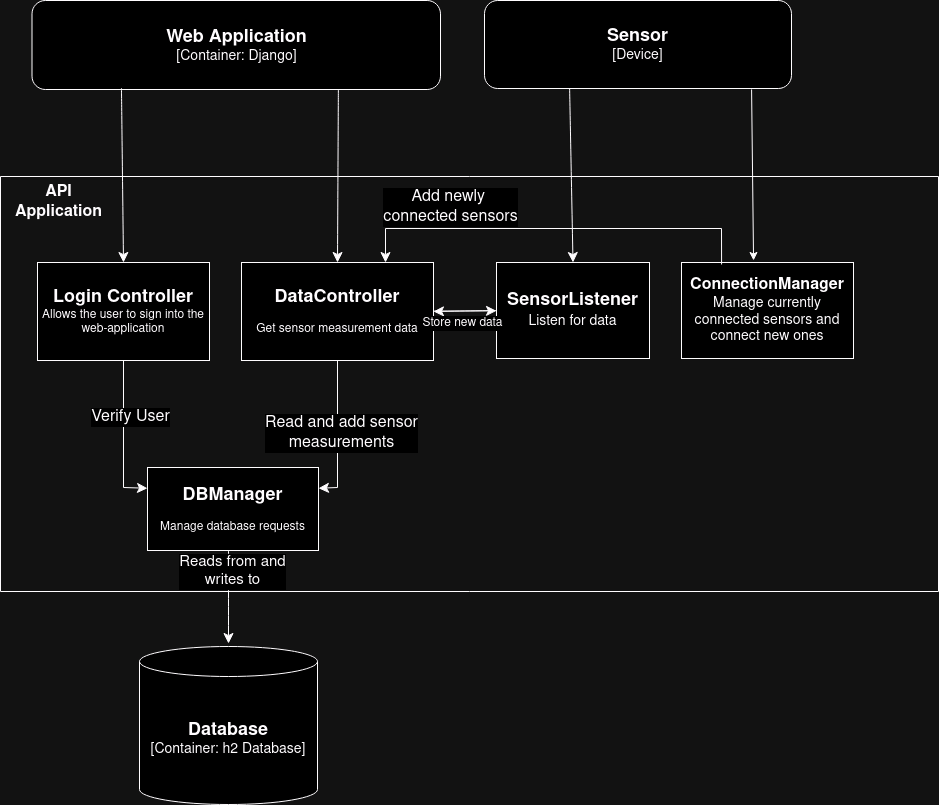
PZSP24Z11/sensor keeps this draw.io diagram as docs/c4_components.png. Above is the earlier version. Source tidied: cells renumbered, new cells last; positions are measured from the earlier drawing's top-left corner, leaving out a move shared by most shapes.
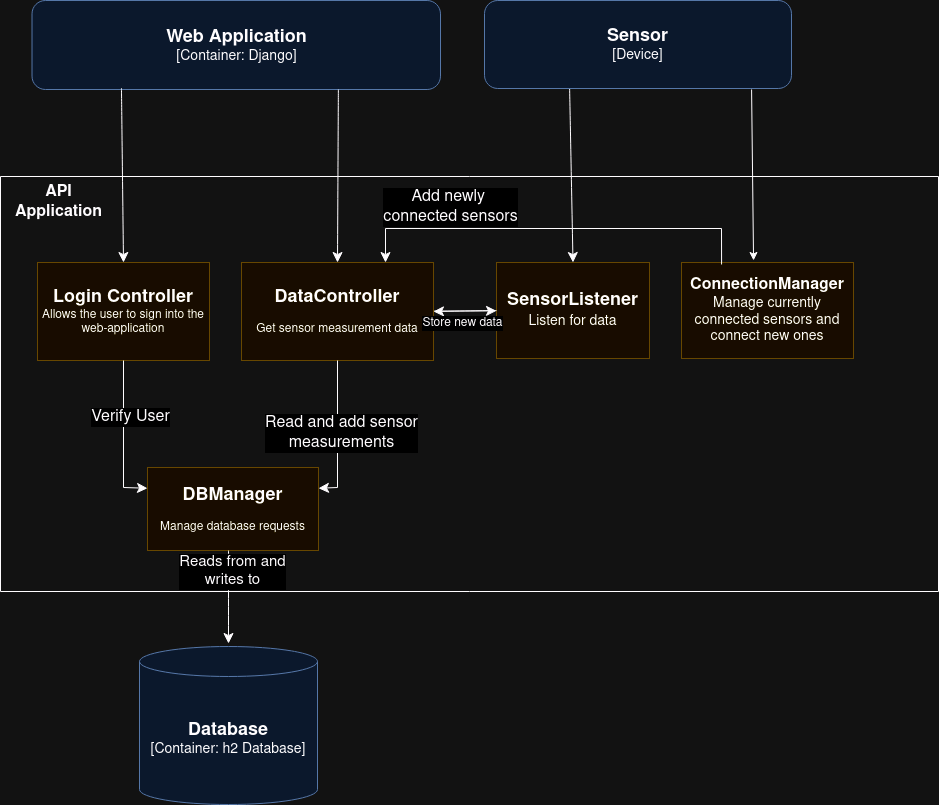
Later version of the same file.

Commit message:
docs: better readability of docs

Change to the diagram source:
```diff
@@ -7,7 +7,7 @@
         <mxPoint x="569" y="82" as="sourcePoint" />
       </mxGeometry>
     </mxCell>
-    <mxCell id="3" value="&lt;div&gt;&lt;font size=&quot;1&quot;&gt;&lt;b style=&quot;font-size: 18px;&quot;&gt;Web Application&lt;/b&gt;&lt;br&gt;&lt;/font&gt;&lt;/div&gt;&lt;div style=&quot;font-size: 14px;&quot;&gt;&lt;font style=&quot;font-size: 14px;&quot;&gt;[Container: Django]&lt;br&gt;&lt;/font&gt;&lt;/div&gt;" style="rounded=1;whiteSpace=wrap;html=1;" parent="1" vertex="1">
+    <mxCell id="3" value="&lt;div&gt;&lt;font size=&quot;1&quot;&gt;&lt;b style=&quot;font-size: 18px;&quot;&gt;Web Application&lt;/b&gt;&lt;br&gt;&lt;/font&gt;&lt;/div&gt;&lt;div style=&quot;font-size: 14px;&quot;&gt;&lt;font style=&quot;font-size: 14px;&quot;&gt;[Container: Django]&lt;br&gt;&lt;/font&gt;&lt;/div&gt;" style="rounded=1;whiteSpace=wrap;html=1;fillColor=#dae8fc;strokeColor=#6c8ebf;" parent="1" vertex="1">
       <mxGeometry x="31.5" width="408.5" height="89" as="geometry" />
     </mxCell>
     <mxCell id="4" style="endArrow=classic;html=1;rounded=0;fontSize=12;startSize=8;endSize=8;curved=1;exitX=0.219;exitY=0.984;exitDx=0;exitDy=0;entryX=0.5;entryY=0;entryDx=0;entryDy=0;exitPerimeter=0;" parent="1" edge="1" source="3" target="6">
@@ -16,7 +16,7 @@
     <mxCell id="5" style="swimlane;startSize=0;" parent="1" vertex="1">
       <mxGeometry y="176" width="938" height="415" as="geometry" />
     </mxCell>
-    <mxCell id="6" value="&lt;div style=&quot;font-size: 18px;&quot;&gt;&lt;b&gt;Login Controller&lt;/b&gt;&lt;/div&gt;&lt;div style=&quot;&quot;&gt;Allows the user to sign into the web-application&lt;br&gt;&lt;/div&gt;" style="rounded=0;whiteSpace=wrap;html=1;" parent="5" vertex="1">
+    <mxCell id="6" value="&lt;div style=&quot;font-size: 18px;&quot;&gt;&lt;b&gt;Login Controller&lt;/b&gt;&lt;/div&gt;&lt;div style=&quot;&quot;&gt;Allows the user to sign into the web-application&lt;br&gt;&lt;/div&gt;" style="rounded=0;whiteSpace=wrap;html=1;fillColor=#fff2cc;strokeColor=#d6b656;" parent="5" vertex="1">
       <mxGeometry x="37" y="86" width="172" height="98" as="geometry" />
     </mxCell>
     <mxCell id="7" value="&lt;b&gt;API Application&lt;/b&gt;" style="text;html=1;align=center;verticalAlign=middle;whiteSpace=wrap;rounded=0;fontSize=16;" parent="5" vertex="1">
@@ -25,10 +25,10 @@
     <mxCell id="8" style="edgeStyle=none;curved=1;rounded=0;jettySize=auto;html=1;fontSize=12;startSize=8;endSize=8;" parent="5" edge="1" source="9" target="18">
       <mxGeometry relative="1" as="geometry" />
     </mxCell>
-    <mxCell id="9" value="&lt;div&gt;&lt;font style=&quot;font-size: 18px;&quot;&gt;&lt;b&gt;DataController&lt;/b&gt;&lt;/font&gt;&lt;/div&gt;&lt;br&gt;Get sensor measurement data" style="rounded=0;whiteSpace=wrap;html=1;" parent="5" vertex="1">
+    <mxCell id="9" value="&lt;div&gt;&lt;font style=&quot;font-size: 18px;&quot;&gt;&lt;b&gt;DataController&lt;/b&gt;&lt;/font&gt;&lt;/div&gt;&lt;br&gt;Get sensor measurement data" style="rounded=0;whiteSpace=wrap;html=1;fillColor=#fff2cc;strokeColor=#d6b656;" parent="5" vertex="1">
       <mxGeometry x="241" y="86" width="192" height="98" as="geometry" />
     </mxCell>
-    <mxCell id="10" value="&lt;div&gt;&lt;b style=&quot;font-size: 18px;&quot;&gt;DBManager&lt;/b&gt;&lt;/div&gt;&lt;br&gt;Manage database requests" style="rounded=0;whiteSpace=wrap;html=1;" parent="5" vertex="1">
+    <mxCell id="10" value="&lt;div&gt;&lt;b style=&quot;font-size: 18px;&quot;&gt;DBManager&lt;/b&gt;&lt;/div&gt;&lt;br&gt;Manage database requests" style="rounded=0;whiteSpace=wrap;html=1;fillColor=#fff2cc;strokeColor=#d6b656;" parent="5" vertex="1">
       <mxGeometry x="147" y="291" width="171" height="83" as="geometry" />
     </mxCell>
     <mxCell id="11" style="endArrow=classic;html=1;rounded=0;fontSize=12;startSize=8;endSize=8;curved=0;exitX=0.5;exitY=1;exitDx=0;exitDy=0;entryX=0;entryY=0.25;entryDx=0;entryDy=0;" parent="5" edge="1" source="6" target="10">
@@ -53,7 +53,7 @@
     <mxCell id="14" value="&lt;div style=&quot;font-size: 16px;&quot;&gt;&lt;font style=&quot;font-size: 16px;&quot;&gt;Read and add sensor&lt;/font&gt;&lt;/div&gt;&lt;div style=&quot;font-size: 16px;&quot;&gt;&lt;font style=&quot;font-size: 16px;&quot;&gt;measurements&lt;/font&gt;&lt;/div&gt;" style="edgeLabel;html=1;align=center;verticalAlign=middle;fontSize=12;" parent="13" vertex="1">
       <mxGeometry x="-0.01" y="3" relative="1" as="geometry" />
     </mxCell>
-    <mxCell id="15" value="&lt;div&gt;&lt;b&gt;&lt;font style=&quot;font-size: 16px;&quot;&gt;ConnectionManager&lt;/font&gt;&lt;br&gt;&lt;/b&gt;&lt;/div&gt;&lt;div style=&quot;font-size: 14px;&quot;&gt;Manage currently connected sensors and connect new ones&lt;b&gt;&lt;br&gt;&lt;/b&gt;&lt;/div&gt;" style="rounded=0;whiteSpace=wrap;html=1;" parent="5" vertex="1">
+    <mxCell id="15" value="&lt;div&gt;&lt;b&gt;&lt;font style=&quot;font-size: 16px;&quot;&gt;ConnectionManager&lt;/font&gt;&lt;br&gt;&lt;/b&gt;&lt;/div&gt;&lt;div style=&quot;font-size: 14px;&quot;&gt;Manage currently connected sensors and connect new ones&lt;b&gt;&lt;br&gt;&lt;/b&gt;&lt;/div&gt;" style="rounded=0;whiteSpace=wrap;html=1;fillColor=#fff2cc;strokeColor=#d6b656;" parent="5" vertex="1">
       <mxGeometry x="681" y="86" width="172" height="96" as="geometry" />
     </mxCell>
     <mxCell id="16" style="endArrow=classic;html=1;rounded=0;fontSize=12;startSize=8;endSize=8;curved=0;exitX=0.233;exitY=0.021;exitDx=0;exitDy=0;entryX=0.75;entryY=0;entryDx=0;entryDy=0;exitPerimeter=0;" parent="5" edge="1" source="15" target="9">
@@ -69,7 +69,7 @@
         <mxPoint x="-113" y="-25" as="offset" />
       </mxGeometry>
     </mxCell>
-    <mxCell id="18" value="&lt;div&gt;&lt;b&gt;&lt;font style=&quot;font-size: 18px;&quot;&gt;SensorListener&lt;/font&gt;&lt;/b&gt;&lt;/div&gt;&lt;div style=&quot;font-size: 14px;&quot;&gt;&lt;font style=&quot;font-size: 14px;&quot;&gt;Listen for data&lt;b&gt;&lt;font style=&quot;font-size: 16px;&quot;&gt;&lt;br&gt;&lt;/font&gt;&lt;/b&gt;&lt;/font&gt;&lt;/div&gt;" style="rounded=0;whiteSpace=wrap;html=1;" parent="5" vertex="1">
+    <mxCell id="18" value="&lt;div&gt;&lt;b&gt;&lt;font style=&quot;font-size: 18px;&quot;&gt;SensorListener&lt;/font&gt;&lt;/b&gt;&lt;/div&gt;&lt;div style=&quot;font-size: 14px;&quot;&gt;&lt;font style=&quot;font-size: 14px;&quot;&gt;Listen for data&lt;b&gt;&lt;font style=&quot;font-size: 16px;&quot;&gt;&lt;br&gt;&lt;/font&gt;&lt;/b&gt;&lt;/font&gt;&lt;/div&gt;" style="rounded=0;whiteSpace=wrap;html=1;fillColor=#fff2cc;strokeColor=#d6b656;" parent="5" vertex="1">
       <mxGeometry x="496" y="86" width="153" height="96" as="geometry" />
     </mxCell>
     <mxCell id="19" style="endArrow=classic;html=1;rounded=0;fontSize=12;startSize=8;endSize=8;curved=1;entryX=1;entryY=0.5;entryDx=0;entryDy=0;exitX=0;exitY=0.5;exitDx=0;exitDy=0;" parent="5" edge="1" source="18" target="9">
@@ -80,7 +80,7 @@
         <mxPoint x="4" y="12" as="offset" />
       </mxGeometry>
     </mxCell>
-    <mxCell id="21" value="&lt;div style=&quot;font-size: 17px;&quot;&gt;&lt;font style=&quot;font-size: 18px;&quot;&gt;&lt;b&gt;Database&lt;/b&gt;&lt;/font&gt;&lt;/div&gt;&lt;div style=&quot;font-size: 14px;&quot;&gt;&lt;font style=&quot;font-size: 14px;&quot;&gt;[Container: h2 Database]&lt;br&gt;&lt;/font&gt;&lt;/div&gt;" style="shape=cylinder3;whiteSpace=wrap;html=1;boundedLbl=1;backgroundOutline=1;size=15;" parent="1" vertex="1">
+    <mxCell id="21" value="&lt;div style=&quot;font-size: 17px;&quot;&gt;&lt;font style=&quot;font-size: 18px;&quot;&gt;&lt;b&gt;Database&lt;/b&gt;&lt;/font&gt;&lt;/div&gt;&lt;div style=&quot;font-size: 14px;&quot;&gt;&lt;font style=&quot;font-size: 14px;&quot;&gt;[Container: h2 Database]&lt;br&gt;&lt;/font&gt;&lt;/div&gt;" style="shape=cylinder3;whiteSpace=wrap;html=1;boundedLbl=1;backgroundOutline=1;size=15;fillColor=#dae8fc;strokeColor=#6c8ebf;" parent="1" vertex="1">
       <mxGeometry x="139" y="646" width="178" height="158" as="geometry" />
     </mxCell>
     <mxCell id="22" style="endArrow=classic;html=1;rounded=0;fontSize=12;startSize=8;endSize=8;curved=1;exitX=0.5;exitY=1;exitDx=0;exitDy=0;" parent="1" edge="1">
@@ -97,7 +97,7 @@
     <mxCell id="24" style="endArrow=classic;html=1;rounded=0;fontSize=12;startSize=8;endSize=8;curved=1;exitX=0.75;exitY=1;exitDx=0;exitDy=0;entryX=0.5;entryY=0;entryDx=0;entryDy=0;" parent="1" edge="1" source="3" target="9">
       <mxGeometry relative="1" as="geometry" />
     </mxCell>
-    <mxCell id="25" value="&lt;div&gt;&lt;font style=&quot;font-size: 18px;&quot;&gt;&lt;b&gt;Sensor&lt;/b&gt;&lt;br&gt;&lt;/font&gt;&lt;/div&gt;&lt;div style=&quot;font-size: 14px;&quot;&gt;&lt;font style=&quot;font-size: 14px;&quot;&gt;[Device]&lt;br&gt;&lt;/font&gt;&lt;/div&gt;" style="rounded=1;whiteSpace=wrap;html=1;" parent="1" vertex="1">
+    <mxCell id="25" value="&lt;div&gt;&lt;font style=&quot;font-size: 18px;&quot;&gt;&lt;b&gt;Sensor&lt;/b&gt;&lt;br&gt;&lt;/font&gt;&lt;/div&gt;&lt;div style=&quot;font-size: 14px;&quot;&gt;&lt;font style=&quot;font-size: 14px;&quot;&gt;[Device]&lt;br&gt;&lt;/font&gt;&lt;/div&gt;" style="rounded=1;whiteSpace=wrap;html=1;fillColor=#dae8fc;strokeColor=#6c8ebf;" parent="1" vertex="1">
       <mxGeometry x="484" width="307" height="88" as="geometry" />
     </mxCell>
     <mxCell id="26" style="endArrow=classic;html=1;rounded=0;exitX=0.87;exitY=1.011;exitDx=0;exitDy=0;exitPerimeter=0;entryX=0.419;entryY=-0.021;entryDx=0;entryDy=0;entryPerimeter=0;" parent="1" edge="1" source="25" target="15">
```
